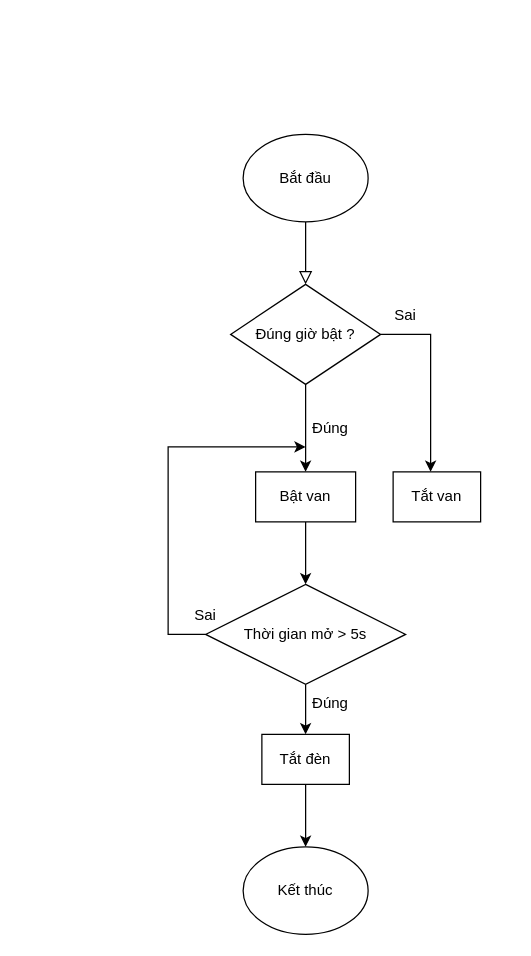
Earlier version of the draw.io diagram block_diagram/Cho_heo_an.drawio (imvietp/Final_Thesis). Source tidied: cells renumbered, new cells numbered last; positions are measured from the earlier drawing's top-left corner, leaving out a move shared by most shapes. Both pictures are drawn from the tidied source at 125%, with x=0, y=0 at pixel (168, 134).
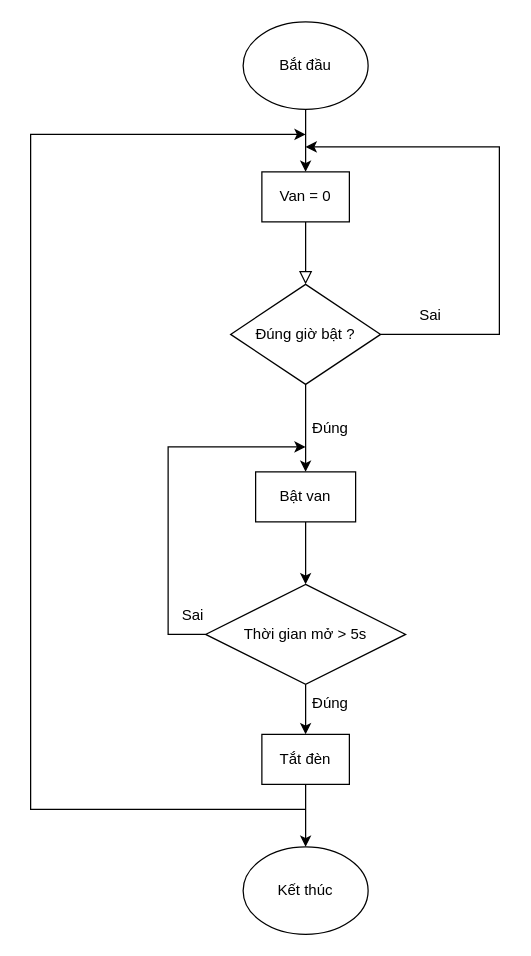
The same page after the edit.

Unchanged cells that the change refers to:
```xml
<mxCell id="4" value="Đúng giờ bật ?" style="rhombus;whiteSpace=wrap;html=1;" parent="1" vertex="1">
  <mxGeometry x="50" y="120" width="120" height="80" as="geometry" />
</mxCell>
<mxCell id="12" value="Thời gian mở &amp;gt; 5s" style="rhombus;whiteSpace=wrap;html=1;" parent="1" vertex="1">
  <mxGeometry x="30" y="360" width="160" height="80" as="geometry" />
</mxCell>
```

Diff of the diagram source:
```diff
@@
+    <mxCell id="20" style="edgeStyle=orthogonalEdgeStyle;rounded=0;jettySize=auto;html=1;" parent="1" edge="1" source="3" target="22">
+      <mxGeometry relative="1" as="geometry" />
+    </mxCell>
     <mxCell id="3" value="Bắt đầu" style="ellipse;whiteSpace=wrap;html=1;" parent="1" vertex="1">
-      <mxGeometry x="60" width="100" height="70" as="geometry" />
+      <mxGeometry x="60" y="-90" width="100" height="70" as="geometry" />
     </mxCell>
+    <mxCell id="21" style="edgeStyle=orthogonalEdgeStyle;rounded=0;jettySize=auto;html=1;exitX=1;exitY=0.5;exitDx=0;exitDy=0;" parent="1" edge="1" source="4">
+      <mxGeometry relative="1" as="geometry">
+        <mxPoint x="110" y="10" as="targetPoint" />
+        <Array as="points">
+          <mxPoint x="265" y="160" />
+          <mxPoint x="265" y="10" />
+        </Array>
+      </mxGeometry>
+    </mxCell>
@@
-    <mxCell id="7" style="endArrow=classic;html=1;rounded=0;exitX=1;exitY=0.5;exitDx=0;exitDy=0;" parent="1" edge="1" source="4">
-      <mxGeometry relative="1" as="geometry">
-        <mxPoint x="210" y="270" as="targetPoint" />
-        <Array as="points">
-          <mxPoint x="210" y="160" />
-          <mxPoint x="210" y="220" />
-        </Array>
-      </mxGeometry>
-    </mxCell>
     <mxCell id="8" value="Sai" style="text;html=1;align=center;verticalAlign=middle;whiteSpace=wrap;rounded=0;" parent="1" vertex="1">
-      <mxGeometry x="160" y="130" width="60" height="30" as="geometry" />
+      <mxGeometry x="180" y="130" width="60" height="30" as="geometry" />
     </mxCell>
@@
-    <mxCell id="10" value="Tắt van" style="rounded=0;whiteSpace=wrap;html=1;" parent="1" vertex="1">
-      <mxGeometry x="180" y="270" width="70" height="40" as="geometry" />
-    </mxCell>
@@
     <mxCell id="13" value="Sai" style="text;html=1;align=center;verticalAlign=middle;whiteSpace=wrap;rounded=0;" parent="1" vertex="1">
-      <mxGeometry y="370" width="60" height="30" as="geometry" />
+      <mxGeometry x="-10" y="370" width="60" height="30" as="geometry" />
     </mxCell>
     <mxCell id="14" style="endArrow=classic;html=1;rounded=0;exitX=0;exitY=0.5;exitDx=0;exitDy=0;" parent="1" edge="1" source="12">
       <mxGeometry relative="1" as="geometry">
         <mxPoint x="110" y="250" as="targetPoint" />
         <Array as="points">
           <mxPoint y="400" />
+          <mxPoint y="330" />
           <mxPoint y="250" />
         </Array>
       </mxGeometry>
     </mxCell>
@@
+    <mxCell id="22" value="Van = 0" style="rounded=0;whiteSpace=wrap;html=1;" parent="1" vertex="1">
+      <mxGeometry x="75" y="30" width="70" height="40" as="geometry" />
+    </mxCell>
+    <mxCell id="23" style="endArrow=classic;html=1;rounded=0;" parent="1" edge="1">
+      <mxGeometry relative="1" as="geometry">
+        <mxPoint x="110" y="540" as="sourcePoint" />
+        <mxPoint x="110" as="targetPoint" />
+        <Array as="points">
+          <mxPoint x="-110" y="540" />
+          <mxPoint x="-110" />
+          <mxPoint />
+        </Array>
+      </mxGeometry>
+    </mxCell>
```
